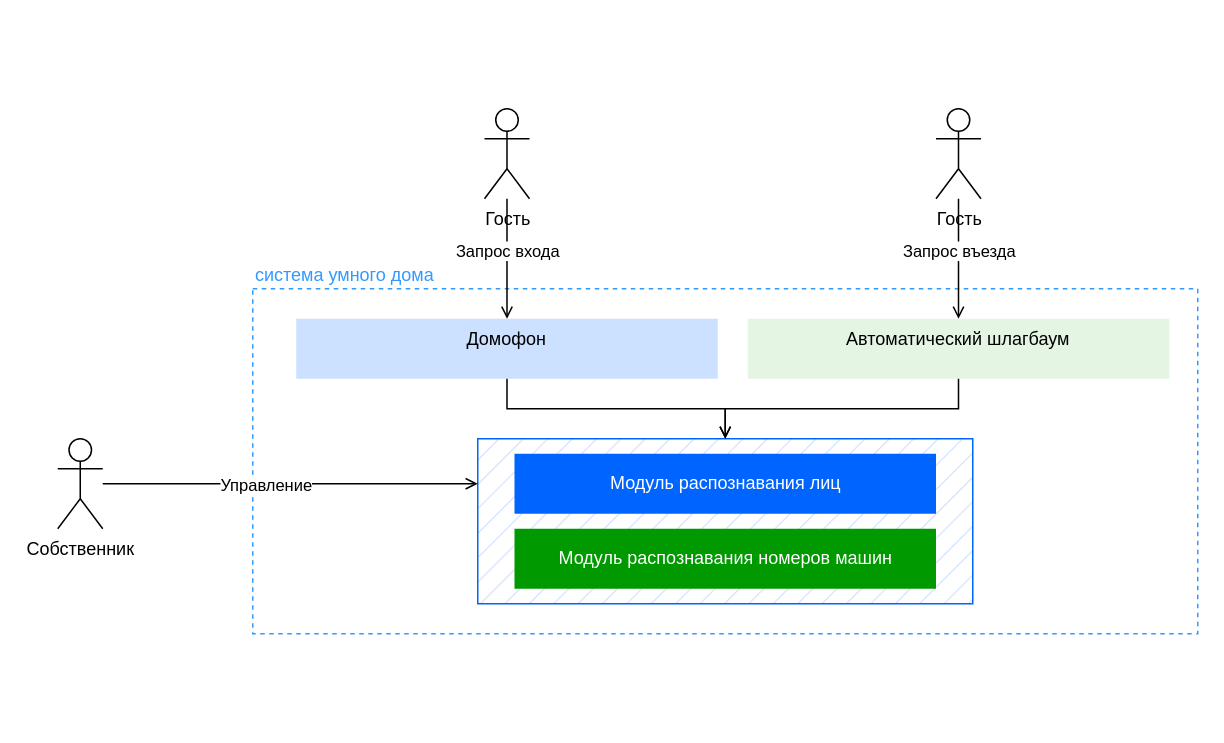
Before: page "context" (1 of 2) of Exc3/PropDevelopment_С4_model.drawio.xml in GYolshin/architecture-sprint-7, a draw.io diagram. Source tidied: cells renumbered, new cells numbered last; positions are measured from the earlier drawing's top-left corner, leaving out a move shared by most shapes. Both pictures are drawn from the tidied source at 150%, with x=0, y=0 at pixel (57, 108).
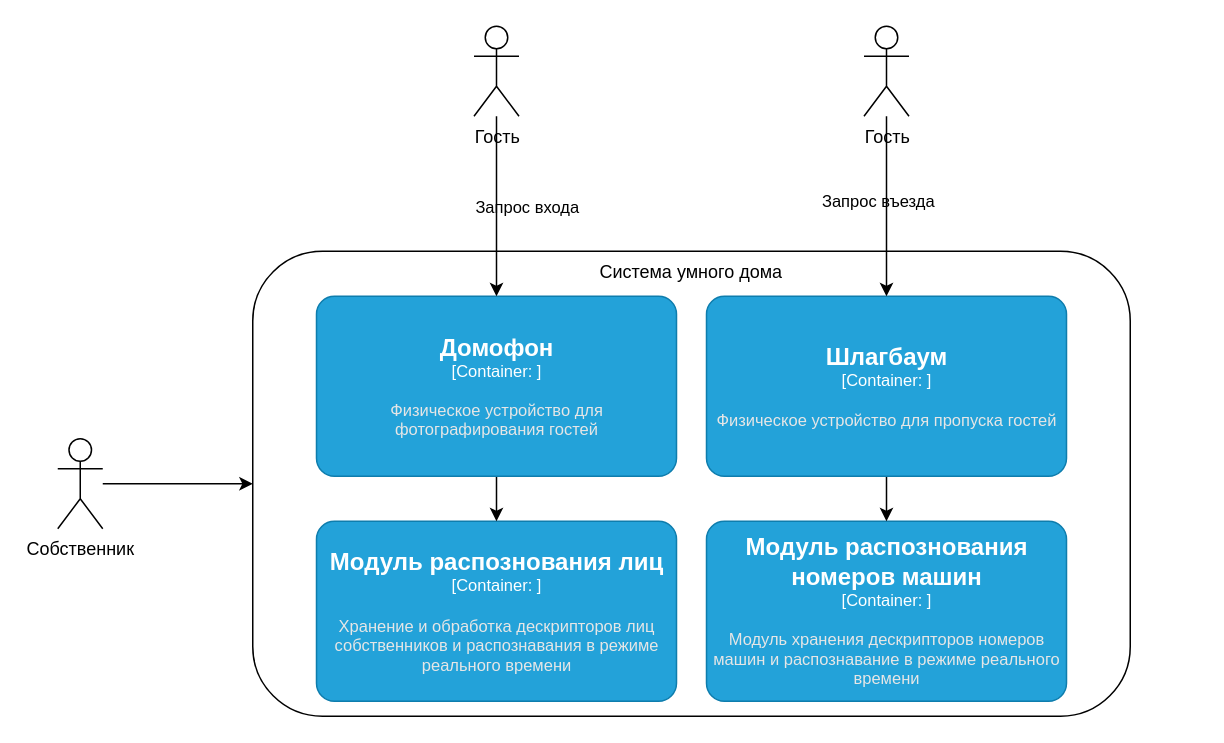
Above is the later version.

The change refers to these unchanged cells:
```xml
<mxCell id="6" value="Собственник" style="shape=umlActor;verticalLabelPosition=bottom;verticalAlign=top;html=1;outlineConnect=0;" parent="1" vertex="1">
  <mxGeometry y="220" width="30" height="60" as="geometry" />
</mxCell>
```

The edit, as a diff of the source:
```diff
@@
-    <mxCell id="2" value="&lt;font face=&quot;SB Sans Interface&quot;&gt;система умного дома&lt;/font&gt;" style="dashed=1;strokeColor=#3399FF;fontColor=#3399FF;verticalAlign=bottom;labelPosition=center;verticalLabelPosition=top;align=left;textDirection=ltr;html=1;whiteSpace=wrap;spacingTop=0;spacing=2;spacingBottom=0;fillColor=none;" parent="1" vertex="1">
-      <mxGeometry x="130" y="120" width="630" height="230" as="geometry" />
-    </mxCell>
-    <mxCell id="3" value="&lt;span&gt;&lt;/span&gt;&lt;span style=&quot;&quot;&gt;&lt;font face=&quot;SB Sans Interface&quot;&gt;&lt;br&gt;&lt;/font&gt;&lt;/span&gt;" style="whiteSpace=wrap;html=1;fillColor=#CCE0FF;strokeColor=#0065FF;align=center;fontFamily=Verdana;fontColor=#0065FF;fillStyle=hatch;" parent="1" vertex="1">
-      <mxGeometry x="280" y="220" width="330" height="110" as="geometry" />
-    </mxCell>
-    <mxCell id="4" style="edgeStyle=orthogonalEdgeStyle;rounded=0;jettySize=auto;html=1;endArrow=open;endFill=0;" parent="1" edge="1" source="6">
-      <mxGeometry relative="1" as="geometry">
-        <mxPoint x="280" y="250" as="targetPoint" />
-      </mxGeometry>
-    </mxCell>
-    <mxCell id="5" value="Управление" style="edgeLabel;html=1;align=center;verticalAlign=middle;" parent="4" vertex="1">
-      <mxGeometry x="-0.14" y="-5" relative="1" as="geometry">
-        <mxPoint y="-5" as="offset" />
-      </mxGeometry>
-    </mxCell>
+    <mxCell id="19" value="Система умного дома" style="rounded=1;whiteSpace=wrap;html=1;align=center;verticalAlign=top;" parent="1" vertex="1">
+      <mxGeometry x="130" y="95" width="585" height="310" as="geometry" />
+    </mxCell>
+    <mxCell id="20" style="edgeStyle=orthogonalEdgeStyle;rounded=0;jettySize=auto;html=1;" parent="1" edge="1" source="6" target="19">
+      <mxGeometry relative="1" as="geometry" />
+    </mxCell>
@@
-    <mxCell id="7" style="edgeStyle=orthogonalEdgeStyle;rounded=0;jettySize=auto;html=1;endArrow=open;endFill=0;" parent="1" edge="1" source="9" target="11">
-      <mxGeometry relative="1" as="geometry" />
-    </mxCell>
+    <object id="21" label="&lt;font style=&quot;font-size: 16px&quot;&gt;&lt;b&gt;%c4Name%&lt;/b&gt;&lt;/font&gt;&lt;div&gt;[%c4Type%: %c4Technology%]&lt;/div&gt;&lt;br&gt;&lt;div&gt;&lt;font style=&quot;font-size: 11px&quot;&gt;&lt;font color=&quot;#E6E6E6&quot;&gt;%c4Description%&lt;/font&gt;&lt;/div&gt;" c4Description="Хранение и обработка дескрипторов лиц собственников и распознавания в режиме реального времени" c4Name="Модуль распознования лиц" c4Technology="" c4Type="Container" placeholders="1">
+      <mxCell style="rounded=1;whiteSpace=wrap;html=1;fontSize=11;labelBackgroundColor=none;fillColor=#23A2D9;fontColor=#ffffff;align=center;arcSize=10;strokeColor=#0E7DAD;points=[[0.25,0,0],[0.5,0,0],[0.75,0,0],[1,0.25,0],[1,0.5,0],[1,0.75,0],[0.75,1,0],[0.5,1,0],[0.25,1,0],[0,0.75,0],[0,0.5,0],[0,0.25,0]];" parent="1" vertex="1">
+        <mxGeometry x="172.5" y="275" width="240" height="120" as="geometry" />
+      </mxCell>
+    </object>
+    <object id="22" label="&lt;font style=&quot;font-size: 16px&quot;&gt;&lt;b&gt;%c4Name%&lt;/b&gt;&lt;/font&gt;&lt;div&gt;[%c4Type%: %c4Technology%]&lt;/div&gt;&lt;br&gt;&lt;div&gt;&lt;font style=&quot;font-size: 11px&quot;&gt;&lt;font color=&quot;#E6E6E6&quot;&gt;%c4Description%&lt;/font&gt;&lt;/div&gt;" c4Description="Модуль хранения дескрипторов номеров машин и распознавание в режиме реального времени" c4Name="Модуль распознования номеров машин" c4Technology="" c4Type="Container" placeholders="1">
+      <mxCell style="rounded=1;whiteSpace=wrap;html=1;fontSize=11;labelBackgroundColor=none;fillColor=#23A2D9;fontColor=#ffffff;align=center;arcSize=10;strokeColor=#0E7DAD;points=[[0.25,0,0],[0.5,0,0],[0.75,0,0],[1,0.25,0],[1,0.5,0],[1,0.75,0],[0.75,1,0],[0.5,1,0],[0.25,1,0],[0,0.75,0],[0,0.5,0],[0,0.25,0]];" parent="1" vertex="1">
+        <mxGeometry x="432.5" y="275" width="240" height="120" as="geometry" />
+      </mxCell>
+    </object>
+    <mxCell id="23" style="edgeStyle=orthogonalEdgeStyle;rounded=0;jettySize=auto;html=1;" parent="1" edge="1" source="24" target="21">
+      <mxGeometry relative="1" as="geometry" />
+    </mxCell>
+    <object id="24" label="&lt;font style=&quot;font-size: 16px&quot;&gt;&lt;b&gt;%c4Name%&lt;/b&gt;&lt;/font&gt;&lt;div&gt;[%c4Type%: %c4Technology%]&lt;/div&gt;&lt;br&gt;&lt;div&gt;&lt;font style=&quot;font-size: 11px&quot;&gt;&lt;font color=&quot;#E6E6E6&quot;&gt;%c4Description%&lt;/font&gt;&lt;/div&gt;" c4Description="Физическое устройство для фотографирования гостей" c4Name="Домофон" c4Technology="" c4Type="Container" placeholders="1">
+      <mxCell style="rounded=1;whiteSpace=wrap;html=1;fontSize=11;labelBackgroundColor=none;fillColor=#23A2D9;fontColor=#ffffff;align=center;arcSize=10;strokeColor=#0E7DAD;points=[[0.25,0,0],[0.5,0,0],[0.75,0,0],[1,0.25,0],[1,0.5,0],[1,0.75,0],[0.75,1,0],[0.5,1,0],[0.25,1,0],[0,0.75,0],[0,0.5,0],[0,0.25,0]];" parent="1" vertex="1">
+        <mxGeometry x="172.5" y="125" width="240" height="120" as="geometry" />
+      </mxCell>
+    </object>
+    <mxCell id="25" style="edgeStyle=orthogonalEdgeStyle;rounded=0;jettySize=auto;html=1;" parent="1" edge="1" source="26" target="22">
+      <mxGeometry relative="1" as="geometry" />
+    </mxCell>
+    <object id="26" label="&lt;font style=&quot;font-size: 16px&quot;&gt;&lt;b&gt;%c4Name%&lt;/b&gt;&lt;/font&gt;&lt;div&gt;[%c4Type%: %c4Technology%]&lt;/div&gt;&lt;br&gt;&lt;div&gt;&lt;font style=&quot;font-size: 11px&quot;&gt;&lt;font color=&quot;#E6E6E6&quot;&gt;%c4Description%&lt;/font&gt;&lt;/div&gt;" c4Description="Физическое устройство для пропуска гостей" c4Name="Шлагбаум" c4Technology="" c4Type="Container" placeholders="1">
+      <mxCell style="rounded=1;whiteSpace=wrap;html=1;fontSize=11;labelBackgroundColor=none;fillColor=#23A2D9;fontColor=#ffffff;align=center;arcSize=10;strokeColor=#0E7DAD;points=[[0.25,0,0],[0.5,0,0],[0.75,0,0],[1,0.25,0],[1,0.5,0],[1,0.75,0],[0.75,1,0],[0.5,1,0],[0.25,1,0],[0,0.75,0],[0,0.5,0],[0,0.25,0]];" parent="1" vertex="1">
+        <mxGeometry x="432.5" y="125" width="240" height="120" as="geometry" />
+      </mxCell>
+    </object>
-    <mxCell id="8" value="Запрос входа" style="edgeLabel;html=1;align=center;verticalAlign=middle;" parent="7" vertex="1">
-      <mxGeometry x="-0.16" relative="1" as="geometry" />
+    <mxCell id="8" value="Запрос входа" style="edgeLabel;html=1;align=center;verticalAlign=middle;" parent="1" vertex="1">
+      <mxGeometry x="302.5" y="38.8" as="geometry">
+        <mxPoint x="10" y="27" as="offset" />
+      </mxGeometry>
     </mxCell>
-    <mxCell id="9" value="Гость" style="shape=umlActor;verticalLabelPosition=bottom;verticalAlign=top;html=1;outlineConnect=0;" parent="1" vertex="1">
-      <mxGeometry x="284.5" width="30" height="60" as="geometry" />
-    </mxCell>
-    <mxCell id="10" style="edgeStyle=orthogonalEdgeStyle;rounded=0;jettySize=auto;html=1;endArrow=open;endFill=0;entryX=0.5;entryY=0;entryDx=0;entryDy=0;" parent="1" edge="1" source="11" target="3">
-      <mxGeometry relative="1" as="geometry" />
-    </mxCell>
-    <mxCell id="11" value="&lt;font face=&quot;SB Sans Interface&quot;&gt;Домофон&lt;/font&gt;" style="whiteSpace=wrap;html=1;fillColor=#0065FF;strokeColor=none;opacity=20;labelPosition=center;verticalLabelPosition=middle;align=center;verticalAlign=top;" parent="1" vertex="1">
-      <mxGeometry x="159" y="140" width="281" height="40" as="geometry" />
-    </mxCell>
-    <mxCell id="12" value="&lt;font face=&quot;SB Sans Interface&quot;&gt;Модуль распознавания лиц&lt;/font&gt;" style="whiteSpace=wrap;html=1;fillColor=#0065FF;strokeColor=none;align=center;fontFamily=Verdana;fontColor=#FFFFFF;" parent="1" vertex="1">
-      <mxGeometry x="304.5" y="230" width="281" height="40" as="geometry" />
-    </mxCell>
-    <mxCell id="13" style="edgeStyle=orthogonalEdgeStyle;rounded=0;jettySize=auto;html=1;endArrow=open;endFill=0;" parent="1" edge="1" source="15" target="17">
-      <mxGeometry relative="1" as="geometry" />
-    </mxCell>
+    <mxCell id="27" style="edgeStyle=orthogonalEdgeStyle;rounded=0;jettySize=auto;html=1;" parent="1" edge="1" source="28" target="24">
+      <mxGeometry relative="1" as="geometry" />
+    </mxCell>
+    <mxCell id="28" value="Гость" style="shape=umlActor;verticalLabelPosition=bottom;verticalAlign=top;html=1;outlineConnect=0;" parent="1" vertex="1">
+      <mxGeometry x="277.5" y="-55" width="30" height="60" as="geometry" />
+    </mxCell>
-    <mxCell id="14" value="Запрос въезда" style="edgeLabel;html=1;align=center;verticalAlign=middle;" parent="13" vertex="1">
-      <mxGeometry x="-0.16" relative="1" as="geometry" />
+    <mxCell id="14" value="Запрос въезда" style="edgeLabel;html=1;align=center;verticalAlign=middle;" parent="1" vertex="1">
+      <mxGeometry x="603.5" y="38.8" as="geometry">
+        <mxPoint x="-57" y="23" as="offset" />
+      </mxGeometry>
     </mxCell>
-    <mxCell id="15" value="Гость" style="shape=umlActor;verticalLabelPosition=bottom;verticalAlign=top;html=1;outlineConnect=0;" parent="1" vertex="1">
-      <mxGeometry x="585.5" width="30" height="60" as="geometry" />
-    </mxCell>
-    <mxCell id="16" style="edgeStyle=orthogonalEdgeStyle;rounded=0;jettySize=auto;html=1;endArrow=open;endFill=0;entryX=0.5;entryY=0;entryDx=0;entryDy=0;" parent="1" edge="1" source="17" target="3">
-      <mxGeometry relative="1" as="geometry" />
-    </mxCell>
-    <mxCell id="17" value="&lt;font face=&quot;SB Sans Interface&quot;&gt;Автоматический шлагбаум&lt;/font&gt;" style="whiteSpace=wrap;html=1;fillColor=#7ACC7A;strokeColor=none;opacity=20;labelPosition=center;verticalLabelPosition=middle;align=center;verticalAlign=top;" parent="1" vertex="1">
-      <mxGeometry x="460" y="140" width="281" height="40" as="geometry" />
-    </mxCell>
-    <mxCell id="18" value="&lt;font face=&quot;SB Sans Interface&quot;&gt;Модуль распознавания номеров машин&lt;/font&gt;" style="whiteSpace=wrap;html=1;fillColor=#009900;strokeColor=none;align=center;fontFamily=Verdana;fontColor=#FFFFFF;" parent="1" vertex="1">
-      <mxGeometry x="304.5" y="280" width="281" height="40" as="geometry" />
-    </mxCell>
+    <mxCell id="29" style="edgeStyle=orthogonalEdgeStyle;rounded=0;jettySize=auto;html=1;" parent="1" edge="1" source="30" target="26">
+      <mxGeometry relative="1" as="geometry" />
+    </mxCell>
+    <mxCell id="30" value="Гость" style="shape=umlActor;verticalLabelPosition=bottom;verticalAlign=top;html=1;outlineConnect=0;" parent="1" vertex="1">
+      <mxGeometry x="537.5" y="-55" width="30" height="60" as="geometry" />
+    </mxCell>
```
